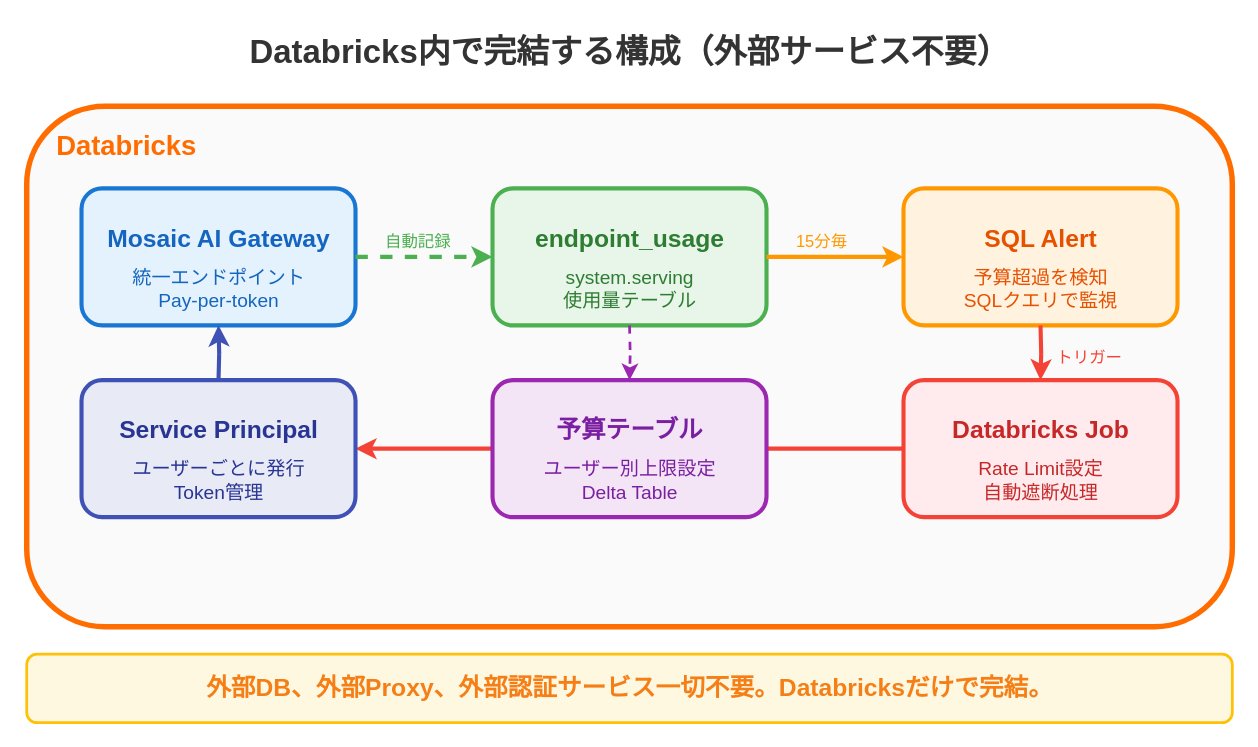
Earlier version of the draw.io diagram assets/2026-01-27-jedai-ai-gateway/databricks-infrastructure.drawio (i9wa4/i9wa4.github.io). Source tidied: cells renumbered, new cells numbered last; positions are measured from the earlier drawing's top-left corner, leaving out a move shared by most shapes. Both pictures are drawn from the tidied source at 137%, with x=0, y=0 at pixel (26, 23).
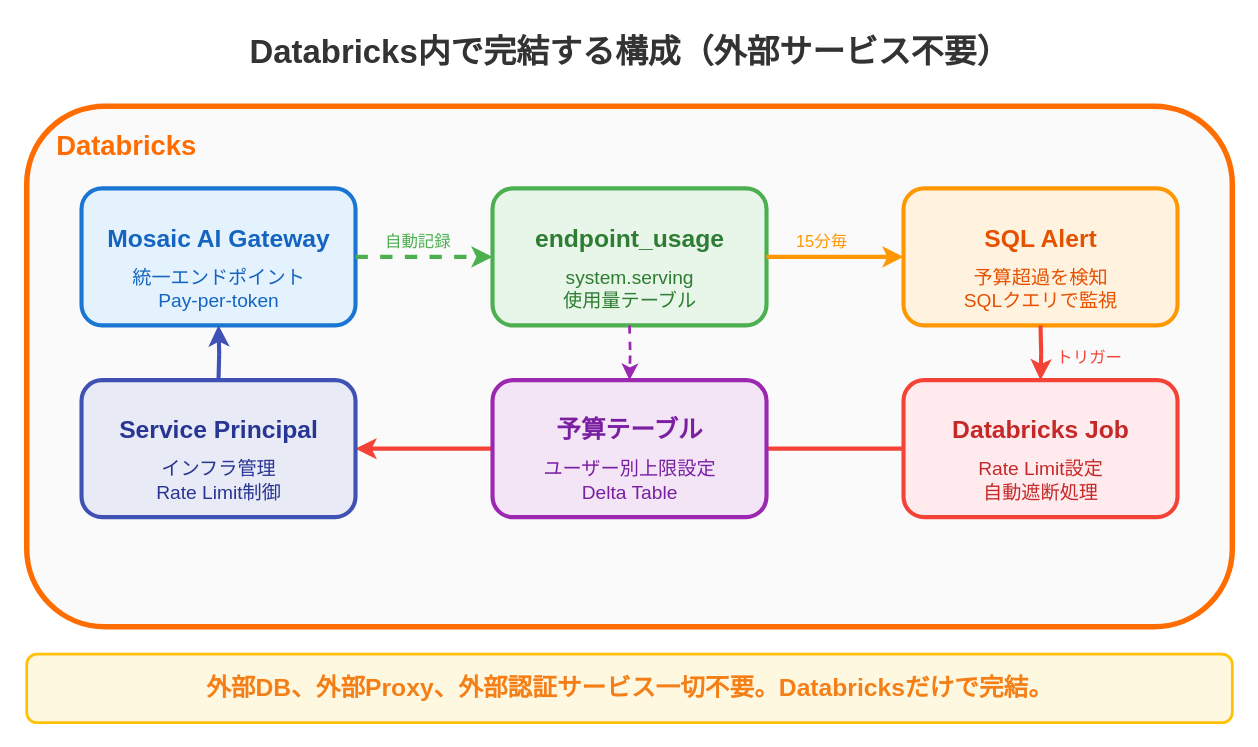
After the change.

Commit message (it also covers changes not shown here):
fix(slides): Token発行表現を認証設定に統一し図を修正

Diff of the diagram source:
```diff
@@
-    <mxCell id="27" value="ユーザーごとに発行&lt;br&gt;Token管理" style="text;html=1;fontSize=14;fontFamily=Noto Sans JP;fontColor=#283593;align=center;" parent="1" vertex="1">
+    <mxCell id="27" value="インフラ管理&lt;br&gt;Rate Limit制御" style="text;html=1;fontSize=14;fontFamily=Noto Sans JP;fontColor=#283593;align=center;" parent="1" vertex="1">
       <mxGeometry x="40" y="310" width="200" height="40" as="geometry" />
     </mxCell>
```
